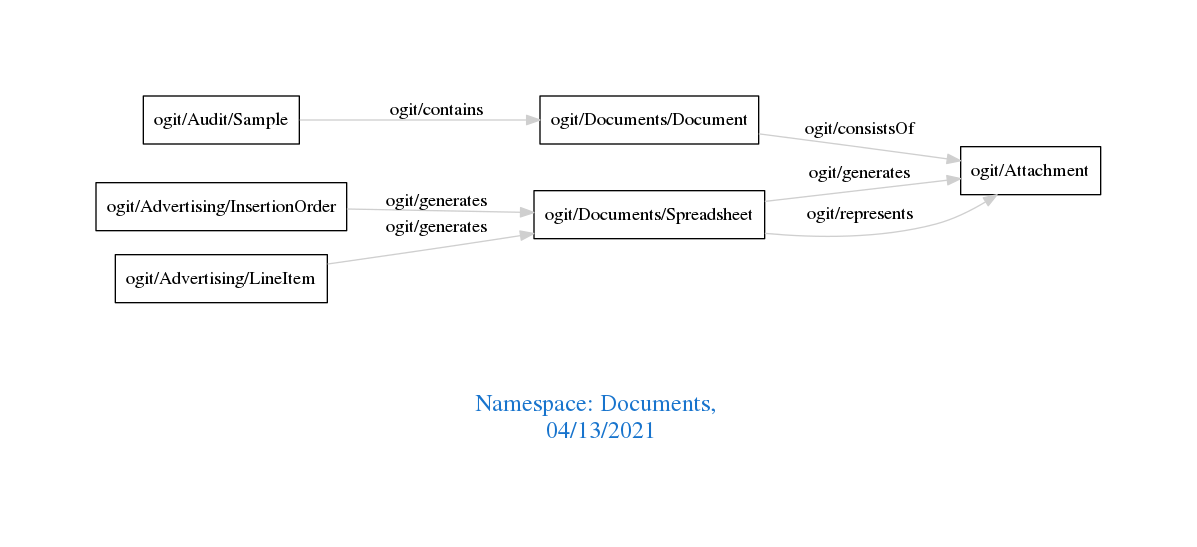
arago/OGIT keeps this Graphviz diagram as downloads/Documents.png. Above is the earlier version. Its source is kept beside it as downloads/Documents.dot.
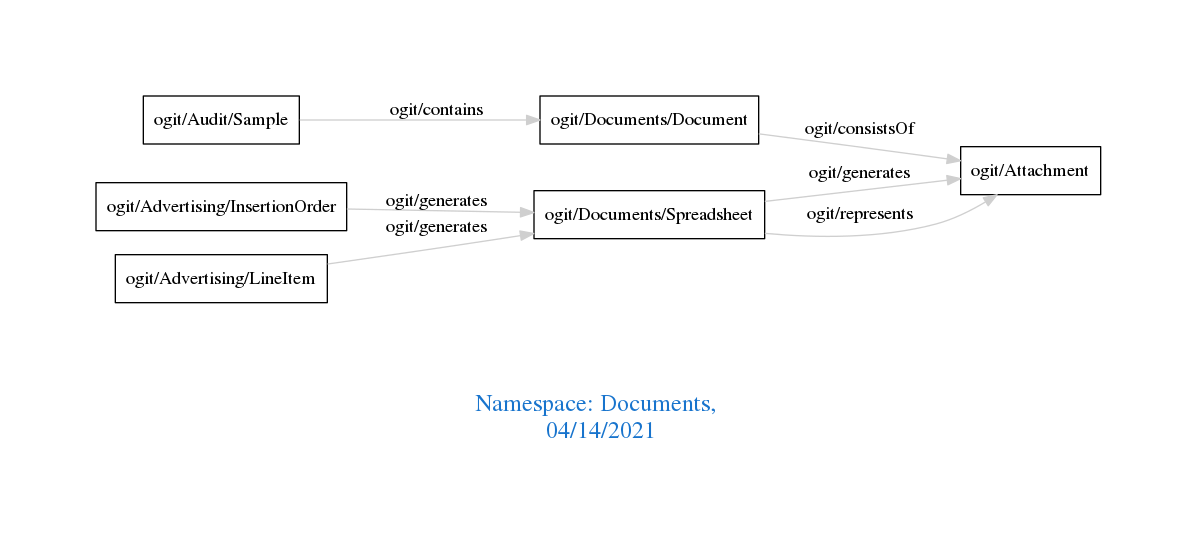
The same file after the commit.

Change to the diagram source:
```diff
@@ -1,7 +1,7 @@
 digraph OGIT_ontology {
  graph [ rankdir= LR,pad=1
 fontsize = 18,
-fontcolor= dodgerblue3,label = "\n\n\nNamespace: Documents, \n 04/13/2021"];
+fontcolor= dodgerblue3,label = "\n\n\nNamespace: Documents, \n 04/14/2021"];
 node[shape=polygon];
 edge [  color="gray81"];
 
```
